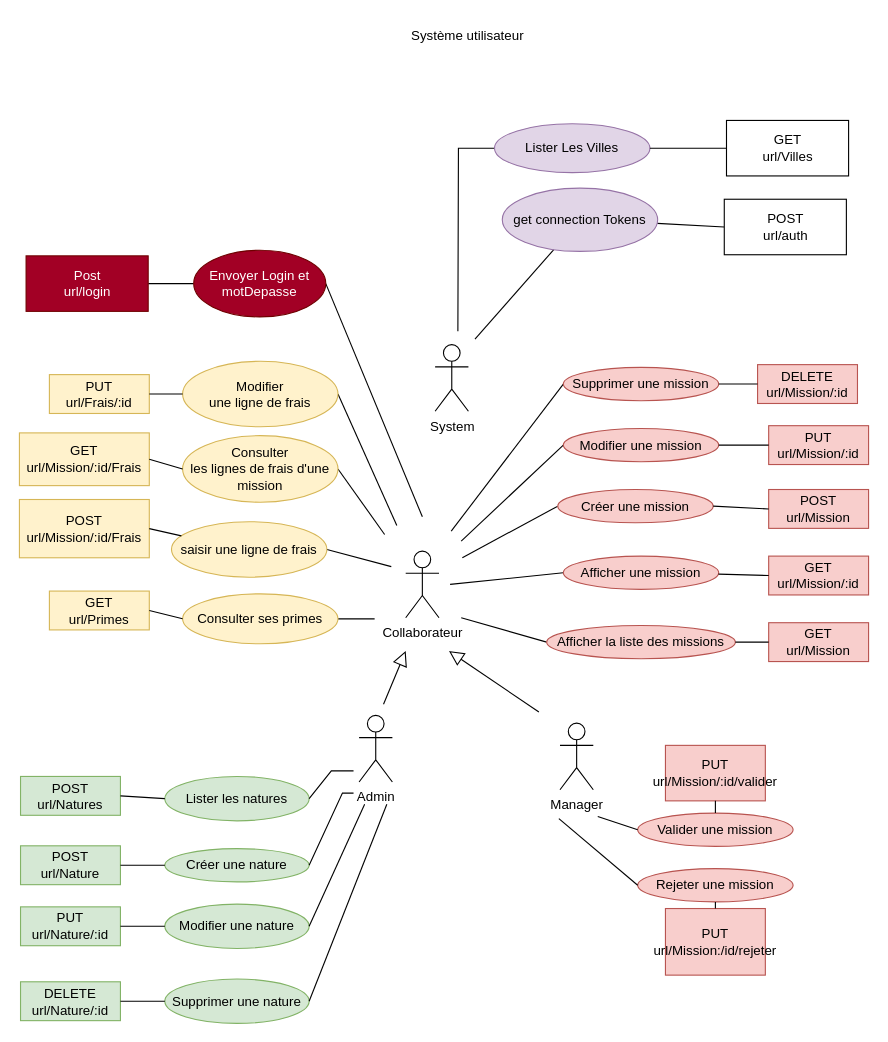
Above: Conception/use_case_API.drawio in VincentProuchet/Gestion_Missions_BE (draw.io), before the change. Source tidied: cells renumbered, new cells numbered last; positions are measured from the earlier drawing's top-left corner, leaving out a move shared by most shapes. Both pictures are drawn from the tidied source at 111%, with x=0, y=0 at pixel (19, 19).
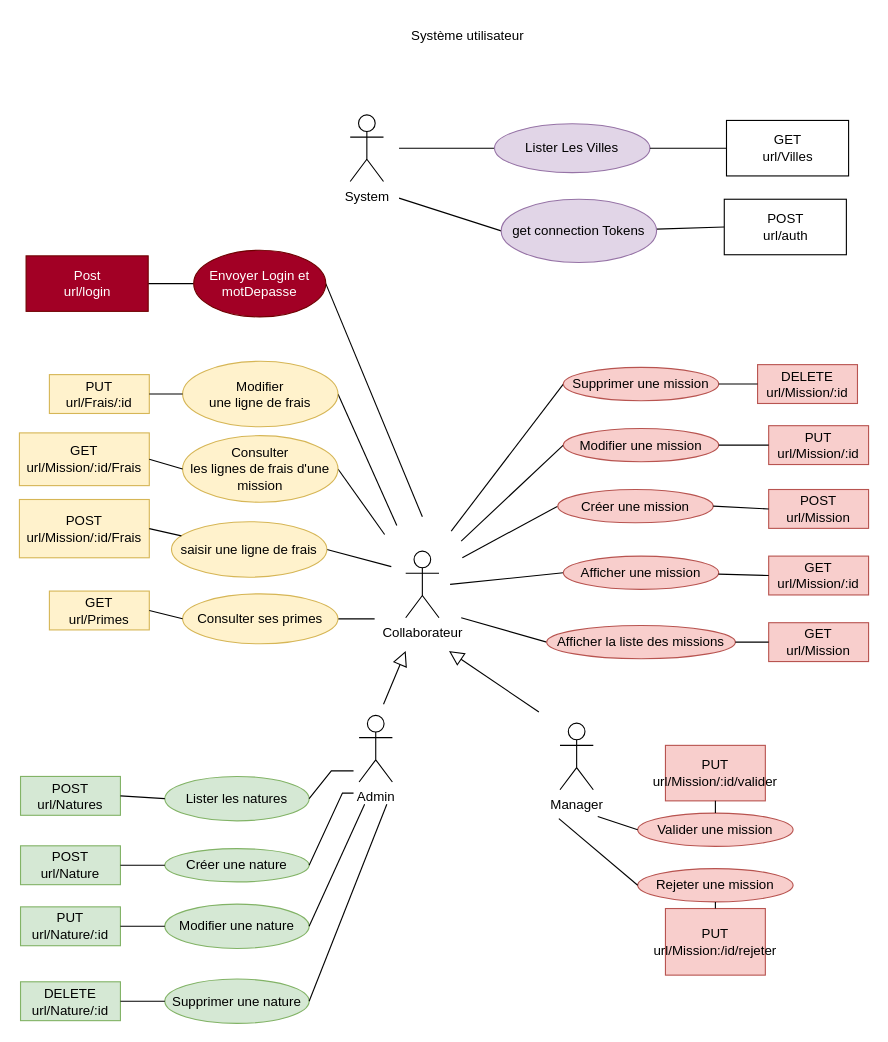
The same page after the edit.

Commit message:
remise en forme

The change refers to these unchanged cells:
```xml
<mxCell id="17" value="Lister Les Villes" style="ellipse;whiteSpace=wrap;html=1;fillColor=#e1d5e7;strokeColor=#9673a6;" parent="1" vertex="1">
  <mxGeometry x="428" y="94" width="140" height="44" as="geometry" />
</mxCell>
```

What changed in the source:
```diff
@@
     <mxCell id="15" value="System" style="shape=umlActor;verticalLabelPosition=bottom;verticalAlign=top;html=1;" parent="1" vertex="1">
-      <mxGeometry x="374.5" y="293" width="30" height="60" as="geometry" />
+      <mxGeometry x="298" y="86" width="30" height="60" as="geometry" />
     </mxCell>
     <mxCell id="16" style="edgeStyle=orthogonalEdgeStyle;rounded=0;jettySize=auto;html=1;endArrow=none;endFill=0;" parent="1" edge="1" source="17">
       <mxGeometry relative="1" as="geometry">
-        <mxPoint x="395" y="281" as="targetPoint" />
+        <mxPoint x="342" y="116" as="targetPoint" />
       </mxGeometry>
     </mxCell>
@@
-    <mxCell id="81" style="edgeStyle=none;rounded=0;jettySize=auto;html=1;endArrow=none;endFill=0;" parent="1" edge="1" source="83">
+    <mxCell id="81" style="edgeStyle=none;rounded=0;jettySize=auto;html=1;endArrow=none;endFill=0;exitX=0;exitY=0.5;exitDx=0;exitDy=0;" parent="1" edge="1" source="83">
       <mxGeometry relative="1" as="geometry">
-        <mxPoint x="410.4" y="288.1" as="targetPoint" />
+        <mxPoint x="342" y="161" as="targetPoint" />
       </mxGeometry>
     </mxCell>
@@
     <mxCell id="83" value="get connection Tokens" style="ellipse;whiteSpace=wrap;html=1;fillColor=#e1d5e7;strokeColor=#9673a6;" parent="1" vertex="1">
-      <mxGeometry x="435" y="152" width="140" height="57" as="geometry" />
+      <mxGeometry x="434" y="162" width="140" height="57" as="geometry" />
     </mxCell>
```
